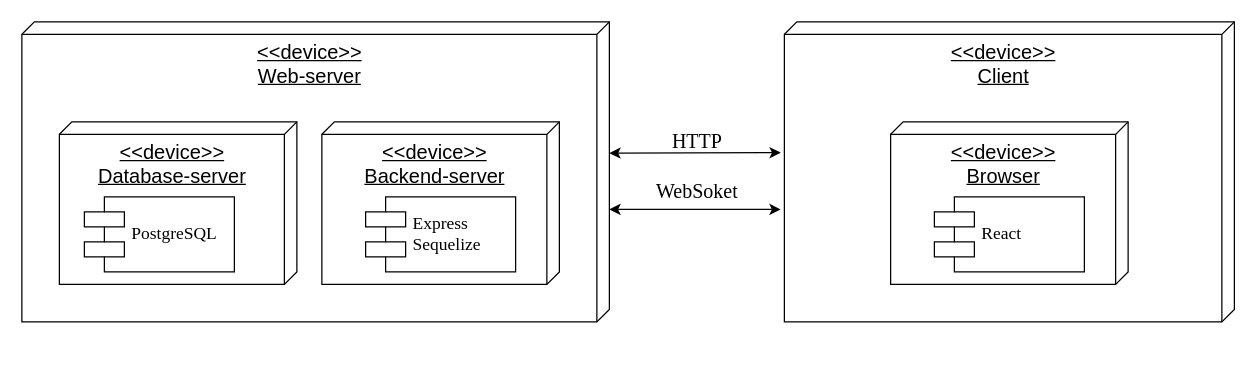
Before: диаграммы/Диаграмма развертывания.drawio in nikitayashny/Course_Project_Nodejs_6_sem, a draw.io diagram. Source tidied: cells renumbered, new cells numbered last; positions are measured from the earlier drawing's top-left corner, leaving out a move shared by most shapes. Both pictures are drawn from the tidied source at 125%, with x=0, y=0 at pixel (21, 21).
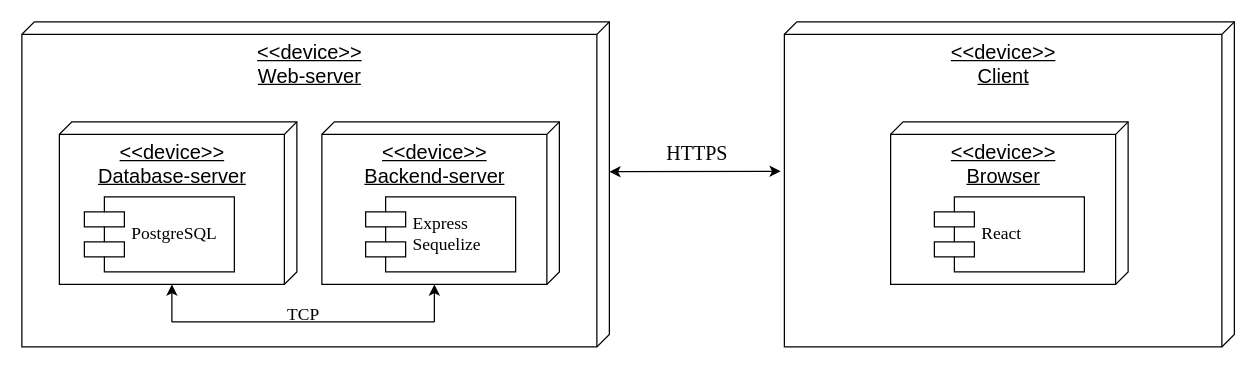
The same diagram, later.

Change to the diagram source:
```diff
@@
 <mxGraphModel>
   <root>
     <mxCell id="0" />
     <mxCell id="1" parent="0" />
     <mxCell id="2" value="&lt;div style=&quot;font-size: 16px;&quot;&gt;&lt;span style=&quot;font-family: _8ddvlm89t3o7TVZu2hQ; background-color: initial;&quot;&gt;&amp;lt;&amp;lt;device&amp;gt;&amp;gt;&lt;/span&gt;&lt;br&gt;&lt;/div&gt;&lt;div style=&quot;font-size: 16px;&quot;&gt;&lt;font style=&quot;font-size: 16px;&quot; face=&quot;_8ddvlm89t3o7TVZu2hQ&quot;&gt;Web-server&lt;/font&gt;&lt;/div&gt;" style="verticalAlign=top;align=center;spacingTop=8;spacingLeft=2;spacingRight=12;shape=cube;size=10;direction=south;fontStyle=4;html=1;rounded=0;shadow=0;comic=0;labelBackgroundColor=none;strokeWidth=1;fontFamily=Verdana;fontSize=12;" parent="1" vertex="1">
-      <mxGeometry width="470" height="240" as="geometry" />
+      <mxGeometry width="470" height="260" as="geometry" />
     </mxCell>
     <mxCell id="3" value="&lt;div style=&quot;font-size: 16px;&quot;&gt;&lt;span style=&quot;font-family: _8ddvlm89t3o7TVZu2hQ; background-color: initial;&quot;&gt;&amp;lt;&amp;lt;device&amp;gt;&amp;gt;&lt;/span&gt;&lt;br&gt;&lt;/div&gt;&lt;div style=&quot;font-size: 16px;&quot;&gt;&lt;font style=&quot;font-size: 16px;&quot; face=&quot;_8ddvlm89t3o7TVZu2hQ&quot;&gt;Database-server&lt;/font&gt;&lt;/div&gt;" style="verticalAlign=top;align=center;spacingTop=8;spacingLeft=2;spacingRight=12;shape=cube;size=10;direction=south;fontStyle=4;html=1;rounded=0;shadow=0;comic=0;labelBackgroundColor=none;strokeWidth=1;fontFamily=Verdana;fontSize=12;" parent="1" vertex="1">
       <mxGeometry x="30" y="80" width="190" height="130" as="geometry" />
     </mxCell>
     <mxCell id="4" value="&lt;div style=&quot;font-size: 16px;&quot;&gt;&lt;span style=&quot;font-family: _8ddvlm89t3o7TVZu2hQ; background-color: initial;&quot;&gt;&amp;lt;&amp;lt;device&amp;gt;&amp;gt;&lt;/span&gt;&lt;br&gt;&lt;/div&gt;&lt;div style=&quot;font-size: 16px;&quot;&gt;&lt;font style=&quot;font-size: 16px;&quot; face=&quot;_8ddvlm89t3o7TVZu2hQ&quot;&gt;Backend-server&lt;/font&gt;&lt;/div&gt;" style="verticalAlign=top;align=center;spacingTop=8;spacingLeft=2;spacingRight=12;shape=cube;size=10;direction=south;fontStyle=4;html=1;rounded=0;shadow=0;comic=0;labelBackgroundColor=none;strokeWidth=1;fontFamily=Verdana;fontSize=12;" parent="1" vertex="1">
       <mxGeometry x="240" y="80" width="190" height="130" as="geometry" />
     </mxCell>
     <mxCell id="5" value="&lt;font style=&quot;font-size: 14px;&quot; face=&quot;Times New Roman&quot;&gt;PostgreSQL&lt;/font&gt;" style="shape=component;align=left;spacingLeft=36;rounded=0;shadow=0;comic=0;labelBackgroundColor=none;strokeWidth=1;fontFamily=Verdana;fontSize=12;html=1;" parent="1" vertex="1">
       <mxGeometry x="50" y="140" width="120" height="60" as="geometry" />
     </mxCell>
     <mxCell id="6" value="&lt;font style=&quot;font-size: 14px;&quot; face=&quot;Times New Roman&quot;&gt;Express&lt;/font&gt;&lt;div&gt;&lt;font style=&quot;font-size: 14px;&quot; face=&quot;Times New Roman&quot;&gt;Sequelize&lt;/font&gt;&lt;/div&gt;" style="shape=component;align=left;spacingLeft=36;rounded=0;shadow=0;comic=0;labelBackgroundColor=none;strokeWidth=1;fontFamily=Verdana;fontSize=12;html=1;" parent="1" vertex="1">
       <mxGeometry x="275" y="140" width="120" height="60" as="geometry" />
     </mxCell>
     <mxCell id="7" value="&lt;div style=&quot;font-size: 16px;&quot;&gt;&lt;span style=&quot;font-family: _8ddvlm89t3o7TVZu2hQ; background-color: initial;&quot;&gt;&amp;lt;&amp;lt;device&amp;gt;&amp;gt;&lt;/span&gt;&lt;br&gt;&lt;/div&gt;&lt;div style=&quot;font-size: 16px;&quot;&gt;&lt;font face=&quot;_8ddvlm89t3o7TVZu2hQ&quot;&gt;Client&lt;/font&gt;&lt;/div&gt;" style="verticalAlign=top;align=center;spacingTop=8;spacingLeft=2;spacingRight=12;shape=cube;size=10;direction=south;fontStyle=4;html=1;rounded=0;shadow=0;comic=0;labelBackgroundColor=none;strokeWidth=1;fontFamily=Verdana;fontSize=12;" parent="1" vertex="1">
-      <mxGeometry x="610" width="360" height="240" as="geometry" />
+      <mxGeometry x="610" width="360" height="260" as="geometry" />
     </mxCell>
     <mxCell id="8" value="&lt;div style=&quot;font-size: 16px;&quot;&gt;&lt;span style=&quot;font-family: _8ddvlm89t3o7TVZu2hQ; background-color: initial;&quot;&gt;&amp;lt;&amp;lt;device&amp;gt;&amp;gt;&lt;/span&gt;&lt;br&gt;&lt;/div&gt;&lt;div style=&quot;font-size: 16px;&quot;&gt;&lt;font style=&quot;font-size: 16px;&quot; face=&quot;_8ddvlm89t3o7TVZu2hQ&quot;&gt;Browser&lt;/font&gt;&lt;/div&gt;" style="verticalAlign=top;align=center;spacingTop=8;spacingLeft=2;spacingRight=12;shape=cube;size=10;direction=south;fontStyle=4;html=1;rounded=0;shadow=0;comic=0;labelBackgroundColor=none;strokeWidth=1;fontFamily=Verdana;fontSize=12;" parent="1" vertex="1">
       <mxGeometry x="695" y="80" width="190" height="130" as="geometry" />
     </mxCell>
     <mxCell id="9" value="&lt;font face=&quot;Times New Roman&quot;&gt;&lt;span style=&quot;font-size: 14px;&quot;&gt;React&lt;/span&gt;&lt;/font&gt;" style="shape=component;align=left;spacingLeft=36;rounded=0;shadow=0;comic=0;labelBackgroundColor=none;strokeWidth=1;fontFamily=Verdana;fontSize=12;html=1;" parent="1" vertex="1">
       <mxGeometry x="730" y="140" width="120" height="60" as="geometry" />
     </mxCell>
     <mxCell id="10" style="endArrow=classic;startArrow=classic;html=1;rounded=0;entryX=0.495;entryY=1.008;entryDx=0;entryDy=0;entryPerimeter=0;" parent="1" edge="1">
       <mxGeometry relative="1" as="geometry">
-        <mxPoint x="470" y="105" as="sourcePoint" />
-        <mxPoint x="607.1" y="104.6" as="targetPoint" />
+        <mxPoint x="470" y="119.9" as="sourcePoint" />
+        <mxPoint x="607.1" y="119.5" as="targetPoint" />
       </mxGeometry>
     </mxCell>
-    <mxCell id="11" value="&lt;font face=&quot;Times New Roman&quot; style=&quot;font-size: 16px;&quot;&gt;HTTP&lt;/font&gt;" style="text;html=1;align=center;verticalAlign=middle;strokeColor=none;fillColor=none;" parent="1" vertex="1">
-      <mxGeometry x="510" y="80" width="60" height="30" as="geometry" />
+    <mxCell id="11" value="&lt;font face=&quot;Times New Roman&quot; style=&quot;font-size: 16px;&quot;&gt;HTTPS&lt;/font&gt;" style="text;html=1;align=center;verticalAlign=middle;strokeColor=none;fillColor=none;" parent="1" vertex="1">
+      <mxGeometry x="505" y="90" width="70" height="30" as="geometry" />
     </mxCell>
-    <mxCell id="12" style="endArrow=classic;startArrow=classic;html=1;rounded=0;entryX=0.495;entryY=1.008;entryDx=0;entryDy=0;entryPerimeter=0;" parent="1" edge="1">
-      <mxGeometry relative="1" as="geometry">
-        <mxPoint x="470" y="150" as="sourcePoint" />
-        <mxPoint x="607" y="150" as="targetPoint" />
-      </mxGeometry>
-    </mxCell>
-    <mxCell id="13" value="&lt;font face=&quot;Times New Roman&quot; style=&quot;font-size: 16px;&quot;&gt;WebSoket&lt;/font&gt;" style="text;html=1;align=center;verticalAlign=middle;strokeColor=none;fillColor=none;" parent="1" vertex="1">
-      <mxGeometry x="495" y="120" width="90" height="30" as="geometry" />
-    </mxCell>
+    <mxCell id="14" style="endArrow=classic;html=1;rounded=0;entryX=0;entryY=0;entryDx=130;entryDy=100;entryPerimeter=0;" parent="1" edge="1" target="3">
+      <mxGeometry relative="1" as="geometry">
+        <mxPoint x="120" y="240" as="sourcePoint" />
+      </mxGeometry>
+    </mxCell>
+    <mxCell id="15" style="endArrow=classic;html=1;rounded=0;entryX=0;entryY=0;entryDx=130;entryDy=100;entryPerimeter=0;" parent="1" edge="1" target="4">
+      <mxGeometry relative="1" as="geometry">
+        <mxPoint x="330" y="240" as="sourcePoint" />
+      </mxGeometry>
+    </mxCell>
+    <mxCell id="16" style="endArrow=none;html=1;rounded=0;" parent="1" edge="1">
+      <mxGeometry relative="1" as="geometry">
+        <mxPoint x="120" y="240" as="sourcePoint" />
+        <mxPoint x="330" y="240" as="targetPoint" />
+      </mxGeometry>
+    </mxCell>
+    <mxCell id="17" value="&lt;font style=&quot;font-size: 14px;&quot; face=&quot;Times New Roman&quot;&gt;TCP&lt;/font&gt;" style="text;html=1;align=center;verticalAlign=middle;strokeColor=none;fillColor=none;strokeWidth=8;" parent="1" vertex="1">
+      <mxGeometry x="200" y="220" width="50" height="30" as="geometry" />
+    </mxCell>
   </root>
 </mxGraphModel>
```
